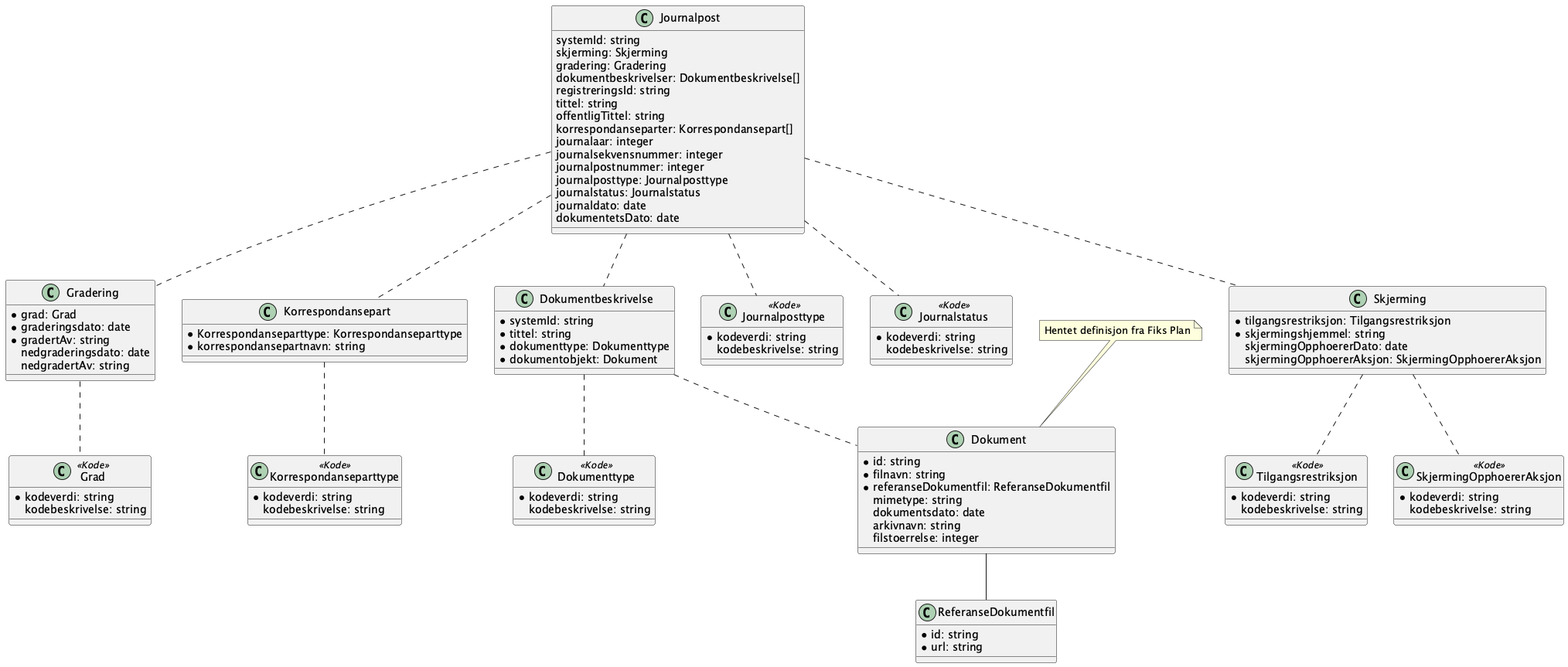
Before: Dokumentasjon/V1/ClassDiagrams/no.ks.fiks.saksfaser.v1.felles.journalpost/classdiagram.png, a diagram exported from PlantUML (ks-no/fiks-saksfaser-specification).
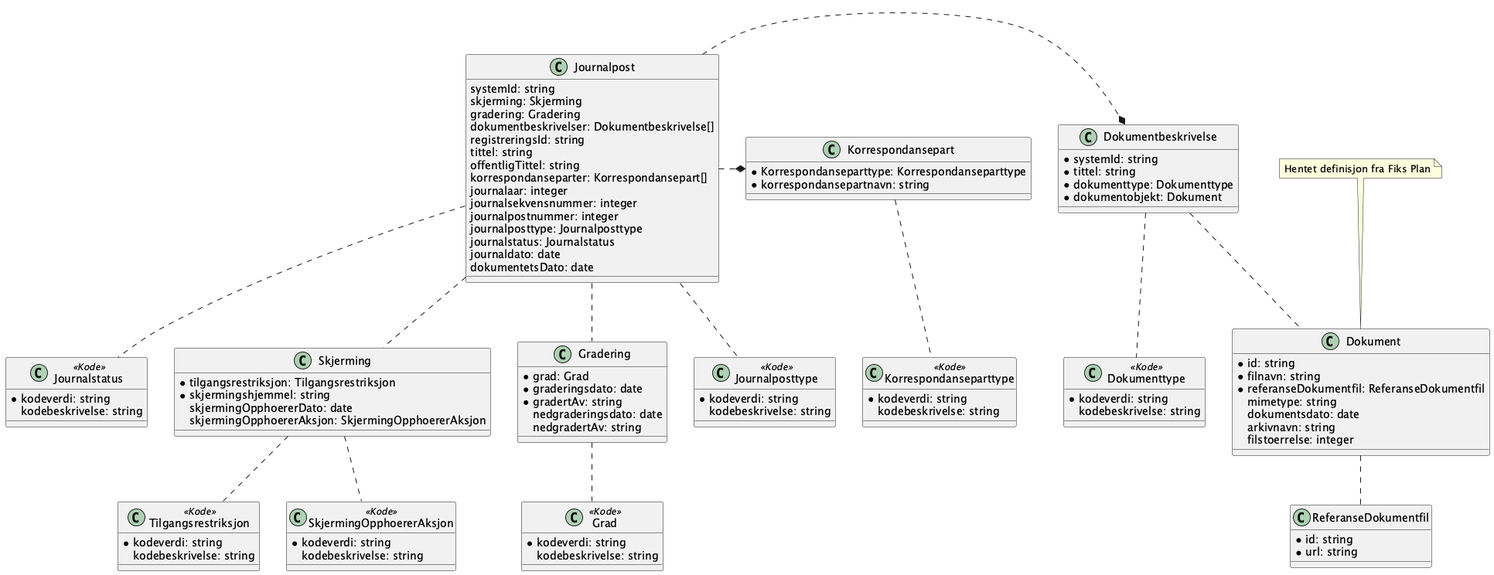
The same file after the commit.

Diff of the diagram source:
```diff
@@ -24,8 +24,8 @@
 
 Journalpost .. Skjerming
 Journalpost .. Gradering
-Journalpost .. Dokumentbeskrivelse
-Journalpost .. Korrespondansepart
+Journalpost .* Dokumentbeskrivelse
+Journalpost .* Korrespondansepart
 Journalpost .. Journalposttype
 Journalpost .. Journalstatus
 
```
